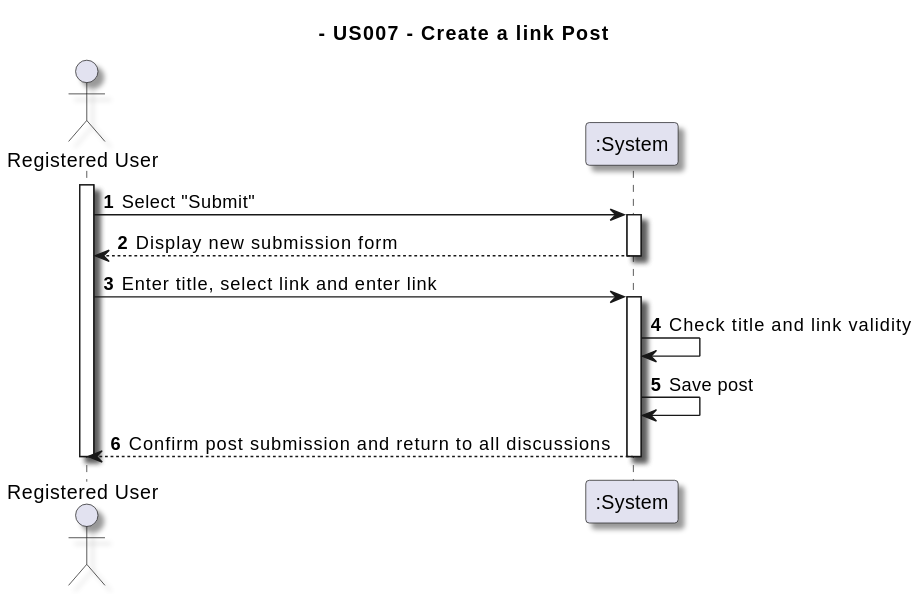
Earlier version of the PlantUML export docs/sprint01/us007/01.requirements-engineering/svg/us007-system-sequence-diagram.svg (TiagoMagalhaes1232507/Testando-projeto).
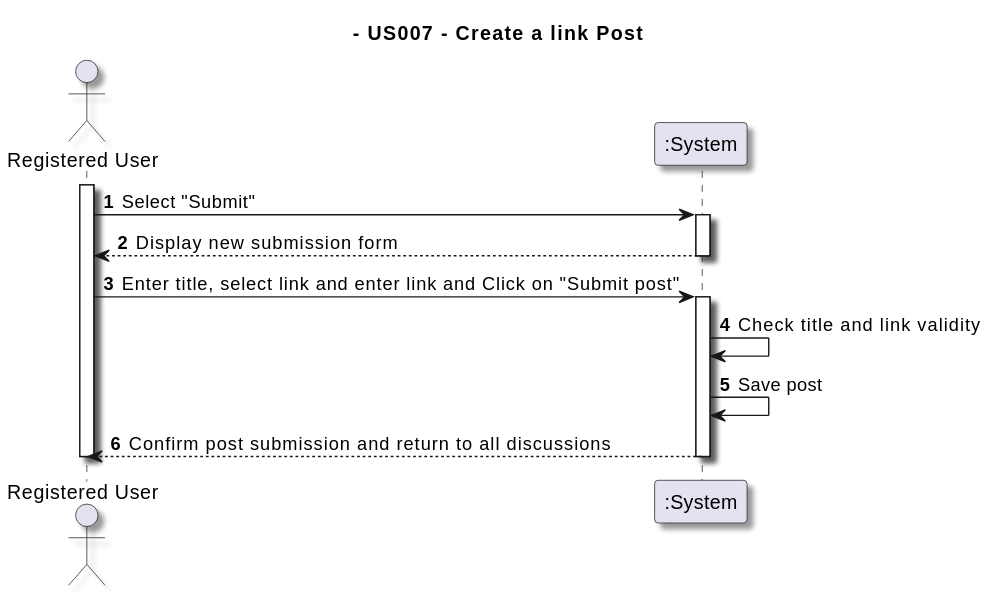
After the commit.

Diff of the diagram source:
```diff
@@ -18,7 +18,7 @@
 System --> User : Display new submission form
 deactivate System
 
-User -> System : Enter title, select link and enter link
+User -> System : Enter title, select link and enter link and Click on "Submit post"
 activate System
 
 System -> System : Check title and link validity
```
